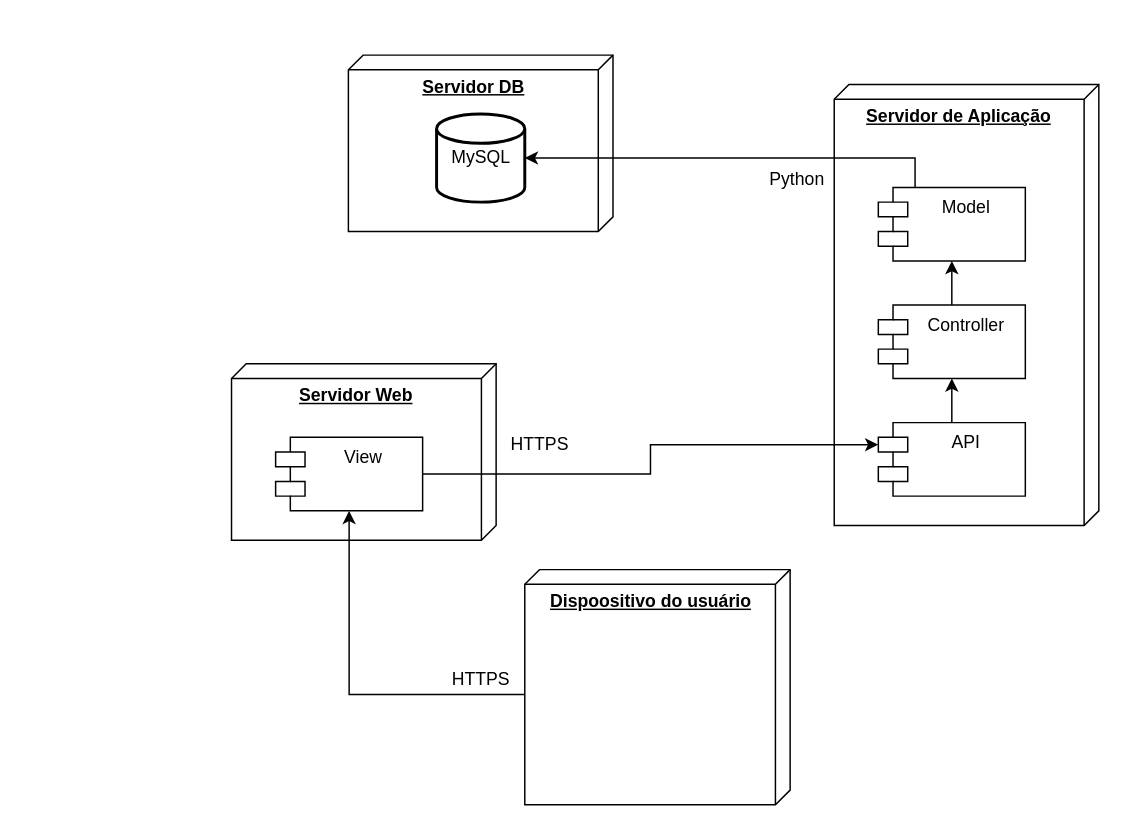
The draw.io diagram Documentação/Diagramas/Diagrama de Implantação.drawio in frsouzaa/Documentacao-TCC-NossaVia, before the edit. Source tidied: cells renumbered, new cells numbered last; positions are measured from the earlier drawing's top-left corner, leaving out a move shared by most shapes. Both pictures are drawn from the tidied source at 147%, with x=0, y=0 at pixel (231, 54).
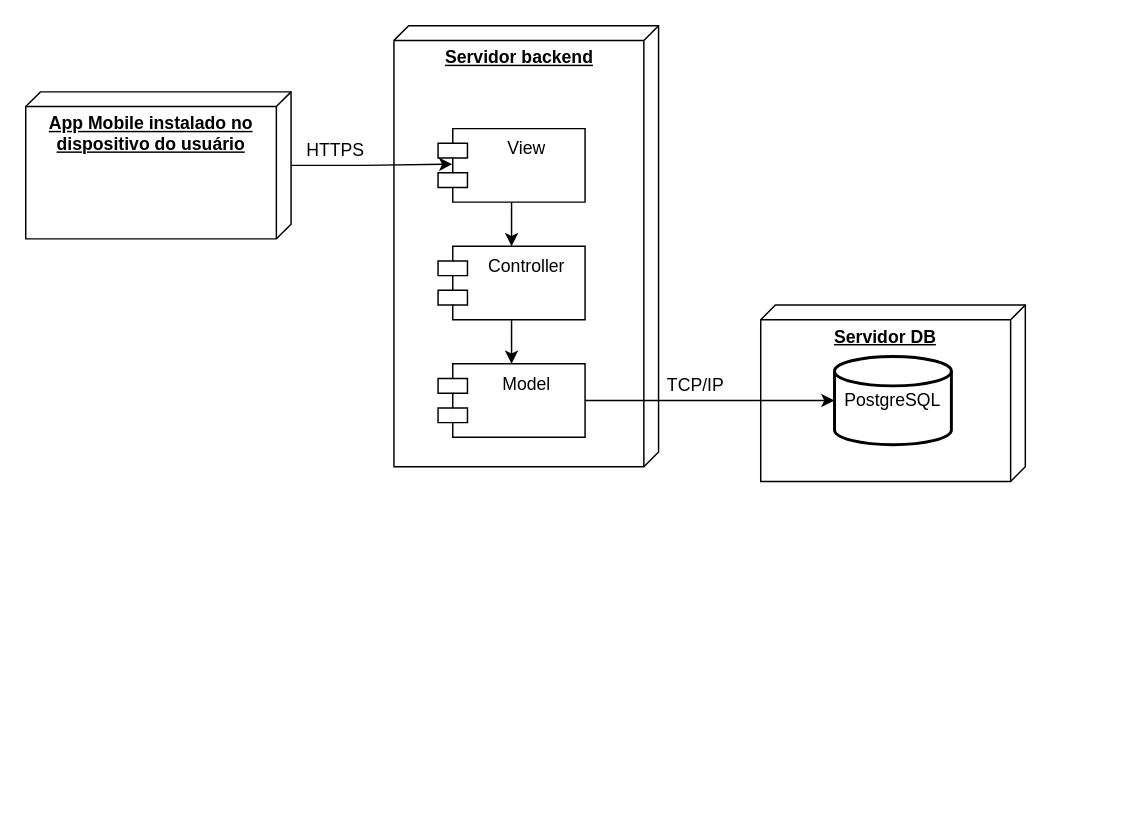
After the change.

Commit message:
atualiza diagrama de implantação

Change to the diagram source:
```diff
@@
-    <mxCell id="2" value="&lt;b&gt;Dispoositivo do usuário&lt;/b&gt;" style="verticalAlign=top;align=center;spacingTop=8;spacingLeft=2;spacingRight=12;shape=cube;size=10;direction=south;fontStyle=4;html=1;whiteSpace=wrap;" parent="1" vertex="1">
-      <mxGeometry x="199.5" y="350" width="180.5" height="160" as="geometry" />
-    </mxCell>
-    <mxCell id="3" value="&lt;b&gt;Servidor Web&lt;/b&gt;" style="verticalAlign=top;align=center;spacingTop=8;spacingLeft=2;spacingRight=12;shape=cube;size=10;direction=south;fontStyle=4;html=1;whiteSpace=wrap;" parent="1" vertex="1">
-      <mxGeometry y="210" width="180" height="120" as="geometry" />
-    </mxCell>
+    <mxCell id="19" value="&lt;b&gt;App Mobile instalado no dispositivo do usuário&lt;/b&gt;" style="verticalAlign=top;align=center;spacingTop=8;spacingLeft=2;spacingRight=12;shape=cube;size=10;direction=south;fontStyle=4;html=1;whiteSpace=wrap;" parent="1" vertex="1">
+      <mxGeometry x="-140" y="25" width="180.5" height="100" as="geometry" />
+    </mxCell>
     <mxCell id="4" value="&lt;b&gt;Servidor DB&lt;/b&gt;" style="verticalAlign=top;align=center;spacingTop=8;spacingLeft=2;spacingRight=12;shape=cube;size=10;direction=south;fontStyle=4;html=1;whiteSpace=wrap;" parent="1" vertex="1">
-      <mxGeometry x="79.5" width="180" height="120" as="geometry" />
+      <mxGeometry x="360" y="170" width="180" height="120" as="geometry" />
     </mxCell>
-    <mxCell id="5" value="HTTPS" style="text;html=1;align=center;verticalAlign=middle;whiteSpace=wrap;rounded=0;" parent="1" vertex="1">
-      <mxGeometry x="139.5" y="410" width="60" height="30" as="geometry" />
-    </mxCell>
-    <mxCell id="6" value="Python" style="text;html=1;align=center;verticalAlign=middle;whiteSpace=wrap;rounded=0;rotation=0;" parent="1" vertex="1">
-      <mxGeometry x="360" y="70" width="50" height="30" as="geometry" />
-    </mxCell>
-    <mxCell id="7" style="edgeStyle=orthogonalEdgeStyle;rounded=0;jettySize=auto;html=1;exitX=0;exitY=0;exitDx=85;exitDy=180.5;entryX=0.5;entryY=1;entryDx=0;entryDy=0;exitPerimeter=0;" parent="1" edge="1" source="2" target="16">
-      <mxGeometry relative="1" as="geometry">
-        <Array as="points">
-          <mxPoint x="80" y="435" />
-        </Array>
-      </mxGeometry>
-    </mxCell>
-    <mxCell id="8" value="&lt;b&gt;Servidor de Aplicação&lt;/b&gt;" style="verticalAlign=top;align=center;spacingTop=8;spacingLeft=2;spacingRight=12;shape=cube;size=10;direction=south;fontStyle=4;html=1;whiteSpace=wrap;" parent="1" vertex="1">
-      <mxGeometry x="410" y="20" width="180" height="300" as="geometry" />
-    </mxCell>
-    <mxCell id="9" style="edgeStyle=orthogonalEdgeStyle;rounded=0;jettySize=auto;html=1;entryX=0;entryY=0;entryDx=0;entryDy=15;exitX=1;exitY=0.5;exitDx=0;exitDy=0;entryPerimeter=0;" parent="1" edge="1" source="16" target="12">
-      <mxGeometry relative="1" as="geometry" />
-    </mxCell>
-    <mxCell id="10" value="HTTPS" style="text;html=1;align=center;verticalAlign=middle;whiteSpace=wrap;rounded=0;" parent="1" vertex="1">
-      <mxGeometry x="180" y="250" width="60" height="30" as="geometry" />
-    </mxCell>
-    <mxCell id="11" style="edgeStyle=orthogonalEdgeStyle;rounded=0;jettySize=auto;html=1;" parent="1" edge="1" source="12" target="15">
-      <mxGeometry relative="1" as="geometry" />
-    </mxCell>
-    <mxCell id="12" value="API" style="shape=module;align=left;spacingLeft=20;align=center;verticalAlign=top;whiteSpace=wrap;html=1;" parent="1" vertex="1">
-      <mxGeometry x="440" y="250" width="100" height="50" as="geometry" />
-    </mxCell>
+    <mxCell id="20" value="HTTPS" style="text;html=1;align=center;verticalAlign=middle;whiteSpace=wrap;rounded=0;" parent="1" vertex="1">
+      <mxGeometry x="40.5" y="50" width="60" height="30" as="geometry" />
+    </mxCell>
+    <mxCell id="21" value="TCP/IP" style="text;html=1;align=center;verticalAlign=middle;whiteSpace=wrap;rounded=0;rotation=0;" parent="1" vertex="1">
+      <mxGeometry x="290.5" y="210" width="50" height="30" as="geometry" />
+    </mxCell>
+    <mxCell id="22" value="&lt;b&gt;Servidor backend&lt;/b&gt;" style="verticalAlign=top;align=center;spacingTop=8;spacingLeft=2;spacingRight=12;shape=cube;size=10;direction=south;fontStyle=4;html=1;whiteSpace=wrap;" parent="1" vertex="1">
+      <mxGeometry x="110.5" y="-20" width="180" height="300" as="geometry" />
+    </mxCell>
     <mxCell id="13" value="Model" style="shape=module;align=left;spacingLeft=20;align=center;verticalAlign=top;whiteSpace=wrap;html=1;" parent="1" vertex="1">
-      <mxGeometry x="440" y="90" width="100" height="50" as="geometry" />
+      <mxGeometry x="140.5" y="210" width="100" height="50" as="geometry" />
     </mxCell>
+    <mxCell id="23" style="edgeStyle=orthogonalEdgeStyle;rounded=0;jettySize=auto;html=1;entryX=0.5;entryY=0;entryDx=0;entryDy=0;" parent="1" edge="1" source="16" target="15">
+      <mxGeometry relative="1" as="geometry" />
+    </mxCell>
+    <mxCell id="16" value="View" style="shape=module;align=left;spacingLeft=20;align=center;verticalAlign=top;whiteSpace=wrap;html=1;" parent="1" vertex="1">
+      <mxGeometry x="140.5" y="50" width="100" height="50" as="geometry" />
+    </mxCell>
-    <mxCell id="14" style="edgeStyle=orthogonalEdgeStyle;rounded=0;jettySize=auto;html=1;entryX=0.5;entryY=1;entryDx=0;entryDy=0;" parent="1" edge="1" source="15" target="13">
+    <mxCell id="14" style="edgeStyle=orthogonalEdgeStyle;rounded=0;jettySize=auto;html=1;entryX=0.5;entryY=0;entryDx=0;entryDy=0;" parent="1" edge="1" source="15" target="13">
       <mxGeometry relative="1" as="geometry" />
     </mxCell>
     <mxCell id="15" value="Controller" style="shape=module;align=left;spacingLeft=20;align=center;verticalAlign=top;whiteSpace=wrap;html=1;" parent="1" vertex="1">
-      <mxGeometry x="440" y="170" width="100" height="50" as="geometry" />
+      <mxGeometry x="140.5" y="130" width="100" height="50" as="geometry" />
     </mxCell>
-    <mxCell id="16" value="View" style="shape=module;align=left;spacingLeft=20;align=center;verticalAlign=top;whiteSpace=wrap;html=1;" parent="1" vertex="1">
-      <mxGeometry x="30" y="260" width="100" height="50" as="geometry" />
-    </mxCell>
-    <mxCell id="17" value="&lt;p style=&quot;line-height: 120%;&quot;&gt;MySQL&lt;/p&gt;" style="strokeWidth=2;html=1;shape=mxgraph.flowchart.database;whiteSpace=wrap;" parent="1" vertex="1">
-      <mxGeometry x="139.5" y="40" width="60" height="60" as="geometry" />
-    </mxCell>
-    <mxCell id="18" style="edgeStyle=orthogonalEdgeStyle;rounded=0;jettySize=auto;html=1;entryX=1;entryY=0.5;entryDx=0;entryDy=0;entryPerimeter=0;exitX=0.25;exitY=0;exitDx=0;exitDy=0;" parent="1" edge="1" source="13" target="17">
-      <mxGeometry relative="1" as="geometry" />
-    </mxCell>
+    <mxCell id="24" value="&lt;p style=&quot;line-height: 120%;&quot;&gt;PostgreSQL&lt;/p&gt;" style="strokeWidth=2;html=1;shape=mxgraph.flowchart.database;whiteSpace=wrap;" parent="1" vertex="1">
+      <mxGeometry x="410.2" y="205" width="79.5" height="60" as="geometry" />
+    </mxCell>
+    <mxCell id="25" style="edgeStyle=orthogonalEdgeStyle;rounded=0;jettySize=auto;html=1;entryX=0.097;entryY=0.484;entryDx=0;entryDy=0;entryPerimeter=0;" parent="1" edge="1" source="19" target="16">
+      <mxGeometry relative="1" as="geometry" />
+    </mxCell>
+    <mxCell id="26" style="edgeStyle=orthogonalEdgeStyle;rounded=0;jettySize=auto;html=1;entryX=0;entryY=0.5;entryDx=0;entryDy=0;entryPerimeter=0;" parent="1" edge="1" source="13" target="24">
+      <mxGeometry relative="1" as="geometry" />
+    </mxCell>
```
